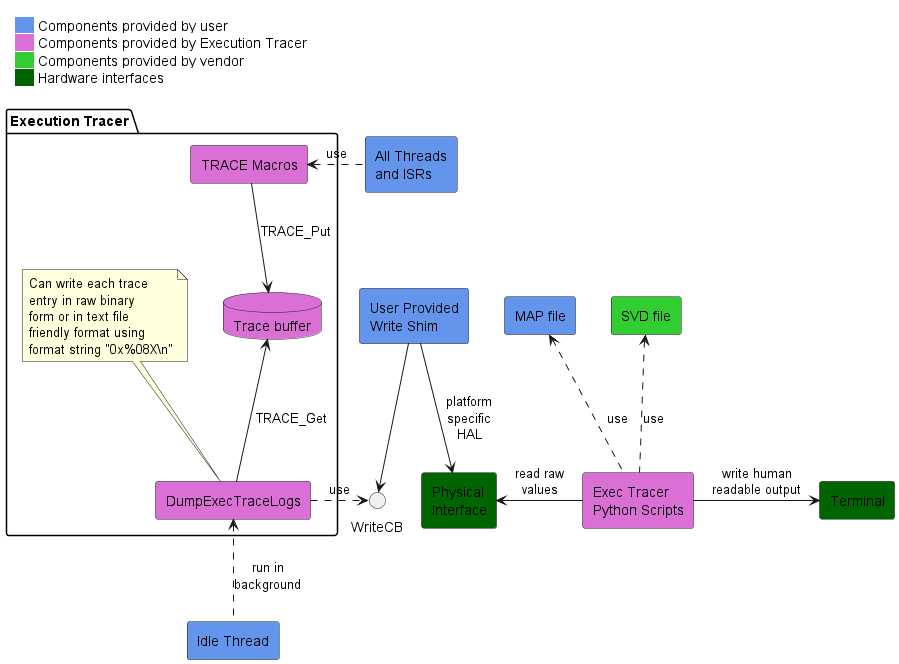
Above: doc/images/out/exec-tracer-components/Exec_Tracer_Components.png in AFontaine79/Execution-Tracer (PlantUML), before the change.
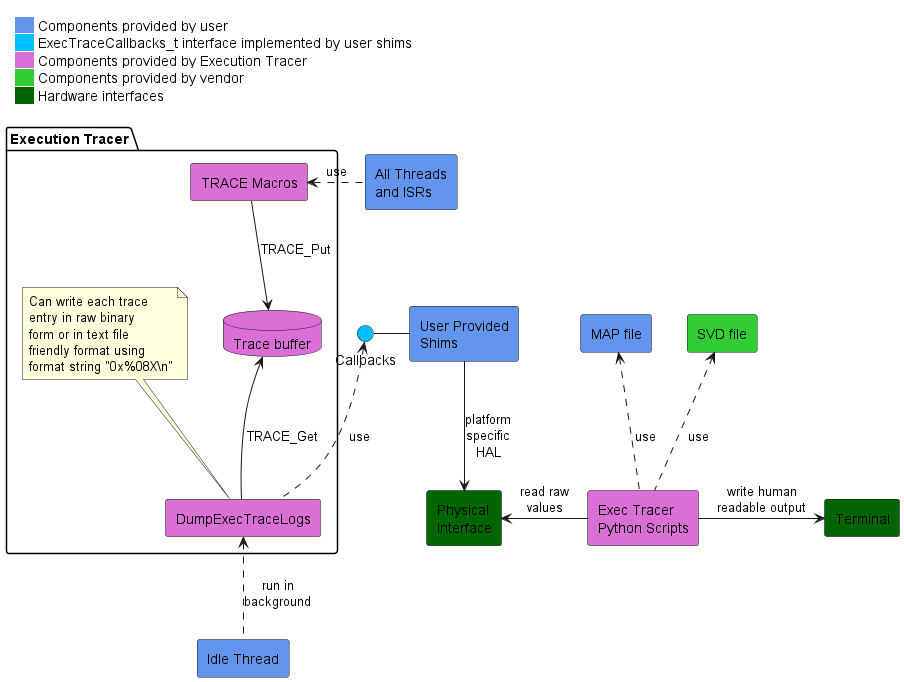
After the commit.

Diff of the diagram source:
```diff
@@ -5,35 +5,37 @@
 skinparam legendEntrySeparator #FFFFFF
 
 legend top left
-    <#FFFFFF,#FFFFFF>|<#cornflowerblue>| Components provided by user|
-    |<#orchid>     | Components provided by Execution Tracer|
-    |<#limegreen>| Components provided by vendor|
-    |<#darkgreen>| Hardware interfaces|
+    <#FFFFFF,#FFFFFF>|<#CornflowerBlue>| Components provided by user|
+    |<#DeepSkyBlue> | ExecTraceCallbacks_t interface implemented by user shims|
+    |<#Orchid>     | Components provided by Execution Tracer|
+    |<#LimeGreen>| Components provided by vendor|
+    |<#DarkGreen>| Hardware interfaces|
 endlegend
 
 skinparam componentStyle rectangle
 
-[All Threads\nand ISRs] #cornflowerblue
-[Idle Thread] #cornflowerblue
-[User Provided\nWrite Shim] #cornflowerblue
-[Physical\nInterface] #darkgreen
-[Exec Tracer\nPython Scripts] #orchid
-[MAP file] #cornflowerblue
-[SVD file] #limegreen
-[Terminal] #darkgreen
+[All Threads\nand ISRs] as AllThreads #CornflowerBlue
+[Idle Thread] as IdleThread #CornflowerBlue
+[User Provided\nShims] as UserShims #CornflowerBlue
+[Physical\nInterface] as PhysicalInterface #DarkGreen
+[Exec Tracer\nPython Scripts] as PythonScripts #Orchid
+[MAP file] as MapFile #CornflowerBlue
+[SVD file] as SvdFile #LimeGreen
+[Terminal] as Terminal #DarkGreen
+() Callbacks #DeepSkyBlue
 
-[User Provided\nWrite Shim] --> WriteCB
+Callbacks - UserShims
 
 package "Execution Tracer" {
-  database "Trace buffer" #orchid
-  [TRACE Macros] #orchid
-  [DumpExecTraceLogs] #orchid
-  [TRACE Macros] <. [All Threads\nand ISRs] : use
-  [DumpExecTraceLogs] <.. [Idle Thread] : run in\nbackground
-  [TRACE Macros] --> [Trace buffer] : TRACE_Put
-  [Trace buffer] <-- [DumpExecTraceLogs] : TRACE_Get
-  [DumpExecTraceLogs] .> WriteCB : use
-  note top of [DumpExecTraceLogs]
+  database "Trace buffer" as TraceBuffer #Orchid
+  [TRACE Macros] as TraceMacros #Orchid
+  [DumpExecTraceLogs] as LogFunction #Orchid
+  TraceMacros <. AllThreads : use
+  LogFunction <.. IdleThread : run in\nbackground
+  TraceMacros --> TraceBuffer : TRACE_Put
+  TraceBuffer <-- LogFunction : TRACE_Get
+  Callbacks <.. LogFunction : use
+  note top of LogFunction
     Can write each trace
     entry in raw binary
     form or in text file
@@ -42,10 +44,10 @@
   end note
 }
 
-[User Provided\nWrite Shim] --> [Physical\nInterface] : platform\nspecific\nHAL
-[Physical\nInterface] <- [Exec Tracer\nPython Scripts] : read raw\nvalues
-[MAP file] <.. [Exec Tracer\nPython Scripts] : use
-[SVD file] <.. [Exec Tracer\nPython Scripts] : use
-[Exec Tracer\nPython Scripts] -> [Terminal] : write human\nreadable output
+UserShims --> PhysicalInterface : platform\nspecific\nHAL
+PhysicalInterface <- PythonScripts : read raw\nvalues
+MapFile <.. PythonScripts : use
+SvdFile <.. PythonScripts : use
+PythonScripts -> Terminal : write human\nreadable output
 
 @enduml
```
